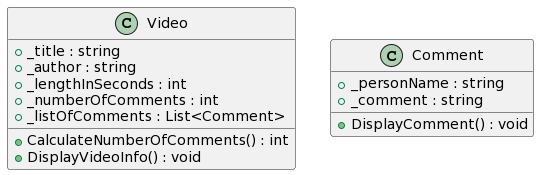
The PlantUML diagram final/Foundation1/abstraction-activity-design-foundation1-cse210.png in christianperaza/cse210, before a commit.
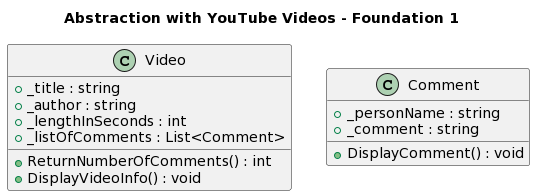
The same diagram one commit later.

Commit message:
Foundation 1 design and uml updated

Diff of the diagram source:
```diff
@@ -1,12 +1,13 @@
 @startuml
+title Abstraction with YouTube Videos - Foundation 1
+
 class Video {
 + _title : string
 + _author : string
 + _lengthInSeconds : int
-+ _numberOfComments : int
 + _listOfComments : List<Comment>
 
-+ CalculateNumberOfComments() : int
++ ReturnNumberOfComments() : int
 + DisplayVideoInfo() : void
 }
 
```
